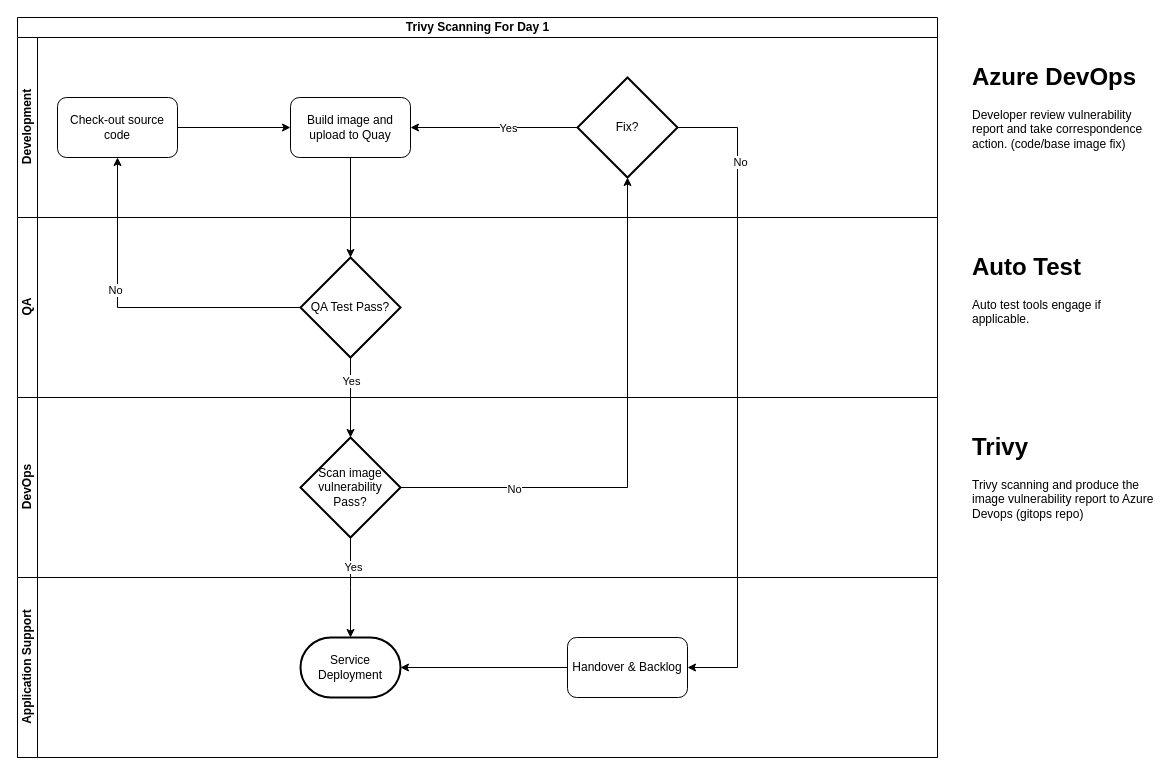
CenkuSands/shared keeps this draw.io diagram as page "Day 1" (1 of 2) of vulnerability.drawio. Above is the earlier version. Source tidied: cells renumbered, new cells numbered last; positions are measured from the earlier drawing's top-left corner, leaving out a move shared by most shapes. Both pictures are drawn from the tidied source at 100%, with x=0, y=0 at pixel (17, 17). Pictures stored in the file or linked from it are replaced by grey dashed boxes.
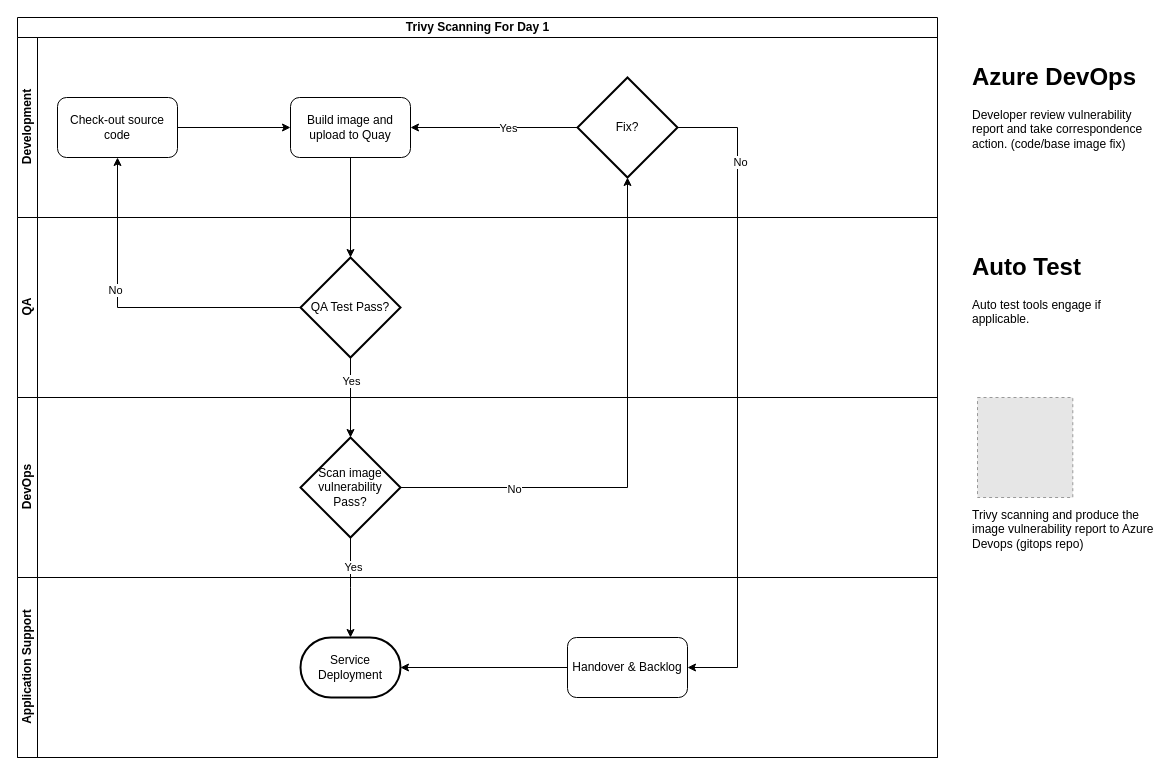
The same diagram, later.

The edit, as a diff of the source:
```diff
@@
-    <mxCell id="29" value="&lt;h1&gt;Trivy&lt;/h1&gt;&lt;p&gt;Trivy scanning and produce the image vulnerability report to Azure Devops (gitops repo)&lt;/p&gt;" style="text;html=1;strokeColor=none;fillColor=none;spacing=5;spacingTop=-20;whiteSpace=wrap;overflow=hidden;rounded=0;" parent="1" vertex="1">
-      <mxGeometry x="950" y="410" width="190" height="120" as="geometry" />
+    <mxCell id="29" value="&lt;h1&gt;&lt;br&gt;&lt;/h1&gt;&lt;p&gt;Trivy scanning and produce the image vulnerability report to Azure Devops (gitops repo)&lt;/p&gt;" style="text;html=1;strokeColor=none;fillColor=none;spacing=5;spacingTop=-20;whiteSpace=wrap;overflow=hidden;rounded=0;" parent="1" vertex="1">
+      <mxGeometry x="950" y="440" width="190" height="120" as="geometry" />
     </mxCell>
@@
+    <mxCell id="32" style="fillColor=#E6E6E6;strokeColor=#999999;dashed=1;verticalLabelPosition=bottom;verticalAlign=top;" parent="1" vertex="1">
+      <mxGeometry x="960" y="380" width="95.3" height="100" as="geometry" />
+    </mxCell>
```
